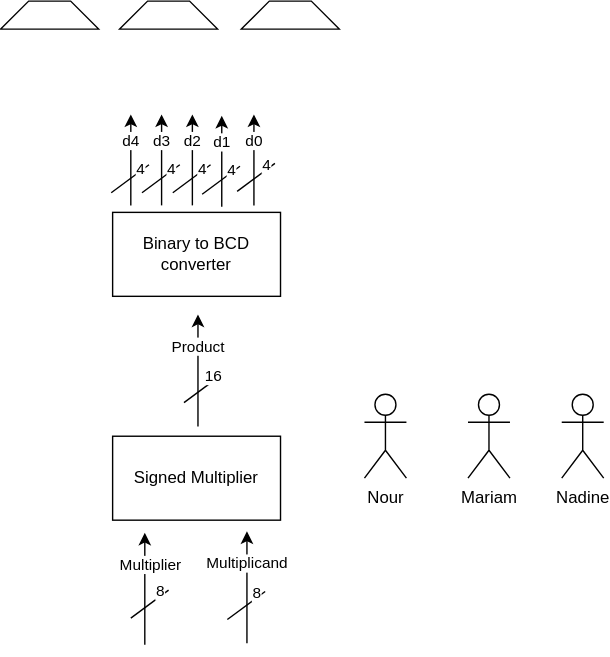
Before: signed-multiplier.drawio.svg, a diagram exported from draw.io (nkasaby/Signed-Multiplier). Source tidied: cells renumbered, new cells last; positions are measured from the earlier drawing's top-left corner, leaving out a move shared by most shapes.
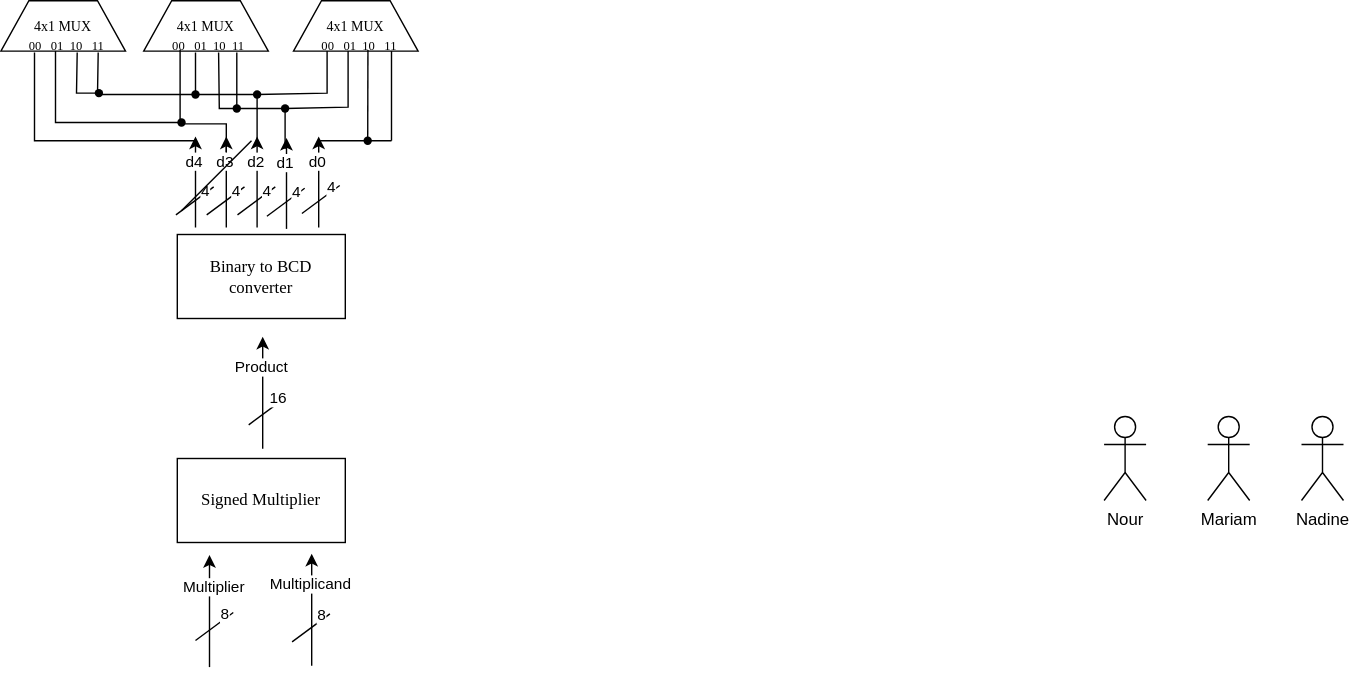
The same diagram one commit later.

Change to the diagram source:
```diff
@@ -2,13 +2,13 @@
   <root>
     <mxCell id="0" />
     <mxCell id="1" parent="0" />
-    <mxCell id="2" value="Signed Multiplier" style="rounded=0;whiteSpace=wrap;html=1;" parent="1" vertex="1">
-      <mxGeometry x="80" y="311" width="120" height="60" as="geometry" />
+    <mxCell id="2" value="&lt;font face=&quot;Times New Roman&quot;&gt;Signed Multiplier&lt;/font&gt;" style="rounded=0;whiteSpace=wrap;html=1;" parent="1" vertex="1">
+      <mxGeometry x="80" y="598" width="120" height="60" as="geometry" />
     </mxCell>
     <mxCell id="3" style="endArrow=classic;html=1;rounded=0;" parent="1" edge="1">
       <mxGeometry relative="1" as="geometry">
-        <mxPoint x="103" y="460" as="sourcePoint" />
-        <mxPoint x="103" y="380" as="targetPoint" />
+        <mxPoint x="103" y="747" as="sourcePoint" />
+        <mxPoint x="103" y="667" as="targetPoint" />
       </mxGeometry>
     </mxCell>
     <mxCell id="4" value="Multiplier" style="edgeLabel;html=1;align=center;verticalAlign=middle;" parent="3" vertex="1">
@@ -16,8 +16,8 @@
     </mxCell>
     <mxCell id="5" style="endArrow=classic;html=1;rounded=0;" parent="1" edge="1">
       <mxGeometry relative="1" as="geometry">
-        <mxPoint x="176" y="459" as="sourcePoint" />
-        <mxPoint x="176" y="379" as="targetPoint" />
+        <mxPoint x="176" y="746" as="sourcePoint" />
+        <mxPoint x="176" y="666" as="targetPoint" />
       </mxGeometry>
     </mxCell>
     <mxCell id="6" value="Multiplicand" style="edgeLabel;html=1;align=center;verticalAlign=middle;" parent="5" vertex="1">
@@ -27,8 +27,8 @@
     </mxCell>
     <mxCell id="7" style="endArrow=none;html=1;rounded=0;" parent="1" edge="1">
       <mxGeometry relative="1" as="geometry">
-        <mxPoint x="93" y="441" as="sourcePoint" />
-        <mxPoint x="120" y="421" as="targetPoint" />
+        <mxPoint x="93" y="728" as="sourcePoint" />
+        <mxPoint x="120" y="708" as="targetPoint" />
       </mxGeometry>
     </mxCell>
     <mxCell id="8" value="8" style="edgeLabel;html=1;align=center;verticalAlign=middle;" parent="7" vertex="1">
@@ -36,8 +36,8 @@
     </mxCell>
     <mxCell id="9" style="endArrow=none;html=1;rounded=0;" parent="1" edge="1">
       <mxGeometry relative="1" as="geometry">
-        <mxPoint x="162" y="442" as="sourcePoint" />
-        <mxPoint x="189" y="422" as="targetPoint" />
+        <mxPoint x="162" y="729" as="sourcePoint" />
+        <mxPoint x="189" y="709" as="targetPoint" />
       </mxGeometry>
     </mxCell>
     <mxCell id="10" value="8" style="edgeLabel;html=1;align=center;verticalAlign=middle;" parent="9" vertex="1">
@@ -45,8 +45,8 @@
     </mxCell>
     <mxCell id="11" style="endArrow=classic;html=1;rounded=0;" parent="1" edge="1">
       <mxGeometry relative="1" as="geometry">
-        <mxPoint x="141" y="304" as="sourcePoint" />
-        <mxPoint x="141" y="224" as="targetPoint" />
+        <mxPoint x="141" y="591" as="sourcePoint" />
+        <mxPoint x="141" y="511" as="targetPoint" />
       </mxGeometry>
     </mxCell>
     <mxCell id="12" value="Product" style="edgeLabel;html=1;align=center;verticalAlign=middle;" parent="11" vertex="1">
@@ -56,20 +56,20 @@
     </mxCell>
     <mxCell id="13" style="endArrow=none;html=1;rounded=0;" parent="1" edge="1">
       <mxGeometry relative="1" as="geometry">
-        <mxPoint x="131" y="287" as="sourcePoint" />
-        <mxPoint x="158" y="267" as="targetPoint" />
+        <mxPoint x="131" y="574" as="sourcePoint" />
+        <mxPoint x="158" y="554" as="targetPoint" />
       </mxGeometry>
     </mxCell>
     <mxCell id="14" value="16" style="edgeLabel;html=1;align=center;verticalAlign=middle;" parent="13" vertex="1">
       <mxGeometry x="0.68" y="3" relative="1" as="geometry" />
     </mxCell>
-    <mxCell id="15" value="Binary to BCD converter" style="rounded=0;whiteSpace=wrap;html=1;" parent="1" vertex="1">
-      <mxGeometry x="80" y="151" width="120" height="60" as="geometry" />
+    <mxCell id="15" value="&lt;font face=&quot;Times New Roman&quot;&gt;Binary to BCD converter&lt;/font&gt;" style="rounded=0;whiteSpace=wrap;html=1;" parent="1" vertex="1">
+      <mxGeometry x="80" y="438" width="120" height="60" as="geometry" />
     </mxCell>
     <mxCell id="16" style="endArrow=classic;html=1;rounded=0;" parent="1" edge="1">
       <mxGeometry relative="1" as="geometry">
-        <mxPoint x="93" y="146" as="sourcePoint" />
-        <mxPoint x="93" y="81" as="targetPoint" />
+        <mxPoint x="93" y="433" as="sourcePoint" />
+        <mxPoint x="93" y="368" as="targetPoint" />
       </mxGeometry>
     </mxCell>
     <mxCell id="17" value="d4" style="edgeLabel;html=1;align=center;verticalAlign=middle;" parent="16" vertex="1">
@@ -79,8 +79,8 @@
     </mxCell>
     <mxCell id="18" style="endArrow=none;html=1;rounded=0;" parent="1" edge="1">
       <mxGeometry relative="1" as="geometry">
-        <mxPoint x="79" y="137" as="sourcePoint" />
-        <mxPoint x="106" y="117" as="targetPoint" />
+        <mxPoint x="79" y="424" as="sourcePoint" />
+        <mxPoint x="106" y="404" as="targetPoint" />
       </mxGeometry>
     </mxCell>
     <mxCell id="19" value="4" style="edgeLabel;html=1;align=center;verticalAlign=middle;" parent="18" vertex="1">
@@ -90,8 +90,8 @@
     </mxCell>
     <mxCell id="20" style="endArrow=classic;html=1;rounded=0;" parent="1" edge="1">
       <mxGeometry relative="1" as="geometry">
-        <mxPoint x="115" y="146" as="sourcePoint" />
-        <mxPoint x="115" y="81" as="targetPoint" />
+        <mxPoint x="115" y="433" as="sourcePoint" />
+        <mxPoint x="115" y="368" as="targetPoint" />
       </mxGeometry>
     </mxCell>
     <mxCell id="21" value="d3" style="edgeLabel;html=1;align=center;verticalAlign=middle;" parent="20" vertex="1">
@@ -101,8 +101,8 @@
     </mxCell>
     <mxCell id="22" style="endArrow=none;html=1;rounded=0;" parent="1" edge="1">
       <mxGeometry relative="1" as="geometry">
-        <mxPoint x="101" y="137" as="sourcePoint" />
-        <mxPoint x="128" y="117" as="targetPoint" />
+        <mxPoint x="101" y="424" as="sourcePoint" />
+        <mxPoint x="128" y="404" as="targetPoint" />
       </mxGeometry>
     </mxCell>
     <mxCell id="23" value="4" style="edgeLabel;html=1;align=center;verticalAlign=middle;" parent="22" vertex="1">
@@ -112,8 +112,8 @@
     </mxCell>
     <mxCell id="24" style="endArrow=classic;html=1;rounded=0;" parent="1" edge="1">
       <mxGeometry relative="1" as="geometry">
-        <mxPoint x="137" y="146" as="sourcePoint" />
-        <mxPoint x="137" y="81" as="targetPoint" />
+        <mxPoint x="137" y="433" as="sourcePoint" />
+        <mxPoint x="137" y="368" as="targetPoint" />
       </mxGeometry>
     </mxCell>
     <mxCell id="25" value="d2" style="edgeLabel;html=1;align=center;verticalAlign=middle;" parent="24" vertex="1">
@@ -123,8 +123,8 @@
     </mxCell>
     <mxCell id="26" style="endArrow=none;html=1;rounded=0;" parent="1" edge="1">
       <mxGeometry relative="1" as="geometry">
-        <mxPoint x="123" y="137" as="sourcePoint" />
-        <mxPoint x="150" y="117" as="targetPoint" />
+        <mxPoint x="123" y="424" as="sourcePoint" />
+        <mxPoint x="150" y="404" as="targetPoint" />
       </mxGeometry>
     </mxCell>
     <mxCell id="27" value="4" style="edgeLabel;html=1;align=center;verticalAlign=middle;" parent="26" vertex="1">
@@ -134,8 +134,8 @@
     </mxCell>
     <mxCell id="28" style="endArrow=classic;html=1;rounded=0;" parent="1" edge="1">
       <mxGeometry relative="1" as="geometry">
-        <mxPoint x="158" y="147" as="sourcePoint" />
-        <mxPoint x="158" y="82" as="targetPoint" />
+        <mxPoint x="158" y="434" as="sourcePoint" />
+        <mxPoint x="158" y="369" as="targetPoint" />
       </mxGeometry>
     </mxCell>
     <mxCell id="29" value="d1" style="edgeLabel;html=1;align=center;verticalAlign=middle;" parent="28" vertex="1">
@@ -145,8 +145,8 @@
     </mxCell>
     <mxCell id="30" style="endArrow=none;html=1;rounded=0;" parent="1" edge="1">
       <mxGeometry relative="1" as="geometry">
-        <mxPoint x="144" y="138" as="sourcePoint" />
-        <mxPoint x="171" y="118" as="targetPoint" />
+        <mxPoint x="144" y="425" as="sourcePoint" />
+        <mxPoint x="171" y="405" as="targetPoint" />
       </mxGeometry>
     </mxCell>
     <mxCell id="31" value="4" style="edgeLabel;html=1;align=center;verticalAlign=middle;" parent="30" vertex="1">
@@ -156,8 +156,8 @@
     </mxCell>
     <mxCell id="32" style="endArrow=classic;html=1;rounded=0;" parent="1" edge="1">
       <mxGeometry relative="1" as="geometry">
-        <mxPoint x="181" y="146" as="sourcePoint" />
-        <mxPoint x="181" y="81" as="targetPoint" />
+        <mxPoint x="181" y="433" as="sourcePoint" />
+        <mxPoint x="181" y="368" as="targetPoint" />
       </mxGeometry>
     </mxCell>
     <mxCell id="33" value="d0" style="edgeLabel;html=1;align=center;verticalAlign=middle;" parent="32" vertex="1">
@@ -167,30 +167,190 @@
     </mxCell>
     <mxCell id="34" style="endArrow=none;html=1;rounded=0;" parent="1" edge="1">
       <mxGeometry relative="1" as="geometry">
-        <mxPoint x="169" y="136" as="sourcePoint" />
-        <mxPoint x="196" y="116" as="targetPoint" />
+        <mxPoint x="169" y="423" as="sourcePoint" />
+        <mxPoint x="196" y="403" as="targetPoint" />
       </mxGeometry>
     </mxCell>
     <mxCell id="35" value="4" style="edgeLabel;html=1;align=center;verticalAlign=middle;" parent="34" vertex="1">
       <mxGeometry x="0.68" y="3" relative="1" as="geometry" />
     </mxCell>
     <mxCell id="36" value="Nour" style="shape=umlActor;verticalLabelPosition=bottom;verticalAlign=top;html=1;" parent="1" vertex="1">
-      <mxGeometry x="260" y="281" width="30" height="60" as="geometry" />
+      <mxGeometry x="742" y="568" width="30" height="60" as="geometry" />
     </mxCell>
     <mxCell id="37" value="Mariam" style="shape=umlActor;verticalLabelPosition=bottom;verticalAlign=top;html=1;" parent="1" vertex="1">
-      <mxGeometry x="334" y="281" width="30" height="60" as="geometry" />
+      <mxGeometry x="816" y="568" width="30" height="60" as="geometry" />
     </mxCell>
     <mxCell id="38" value="Nadine" style="shape=umlActor;verticalLabelPosition=bottom;verticalAlign=top;html=1;" parent="1" vertex="1">
-      <mxGeometry x="401" y="281" width="30" height="60" as="geometry" />
+      <mxGeometry x="883" y="568" width="30" height="60" as="geometry" />
     </mxCell>
-    <mxCell id="39" style="shape=trapezoid;perimeter=trapezoidPerimeter;whiteSpace=wrap;html=1;fixedSize=1;" parent="1" vertex="1">
-      <mxGeometry x="172" width="70" height="20" as="geometry" />
+    <mxCell id="39" value="&lt;font style=&quot;font-size: 10px;&quot; face=&quot;Times New Roman&quot;&gt;4x1 MUX&lt;/font&gt;" style="shape=trapezoid;perimeter=trapezoidPerimeter;whiteSpace=wrap;html=1;fixedSize=1;" parent="1" vertex="1">
+      <mxGeometry x="163" y="271" width="89" height="36" as="geometry" />
     </mxCell>
-    <mxCell id="40" style="shape=trapezoid;perimeter=trapezoidPerimeter;whiteSpace=wrap;html=1;fixedSize=1;" parent="1" vertex="1">
-      <mxGeometry x="85" width="70" height="20" as="geometry" />
-    </mxCell>
-    <mxCell id="41" style="shape=trapezoid;perimeter=trapezoidPerimeter;whiteSpace=wrap;html=1;fixedSize=1;" parent="1" vertex="1">
-      <mxGeometry width="70" height="20" as="geometry" />
-    </mxCell>
+    <mxCell id="42" style="endArrow=none;html=1;rounded=0;" parent="1" edge="1">
+      <mxGeometry relative="1" as="geometry">
+        <mxPoint x="83" y="421" as="sourcePoint" />
+        <mxPoint x="133" y="371" as="targetPoint" />
+      </mxGeometry>
+    </mxCell>
+    <mxCell id="43" style="endArrow=none;html=1;rounded=0;" parent="1" edge="1">
+      <mxGeometry relative="1" as="geometry">
+        <mxPoint x="233" y="371" as="sourcePoint" />
+        <mxPoint x="233" y="307" as="targetPoint" />
+        <Array as="points">
+          <mxPoint x="233" y="351" />
+        </Array>
+      </mxGeometry>
+    </mxCell>
+    <mxCell id="44" style="endArrow=none;html=1;rounded=0;entryX=0.631;entryY=0.911;entryDx=0;entryDy=0;entryPerimeter=0;" parent="1" edge="1">
+      <mxGeometry relative="1" as="geometry">
+        <mxPoint x="216" y="372" as="sourcePoint" />
+        <mxPoint x="216.2" y="306.2" as="targetPoint" />
+      </mxGeometry>
+    </mxCell>
+    <mxCell id="45" style="endArrow=none;html=1;rounded=0;" parent="1" edge="1" source="56">
+      <mxGeometry relative="1" as="geometry">
+        <mxPoint x="202" y="307" as="targetPoint" />
+        <Array as="points">
+          <mxPoint x="157" y="347" />
+          <mxPoint x="202" y="347" />
+          <mxPoint x="202" y="331" />
+        </Array>
+      </mxGeometry>
+    </mxCell>
+    <mxCell id="46" style="endArrow=none;html=1;rounded=0;" parent="1" edge="1" source="62">
+      <mxGeometry relative="1" as="geometry">
+        <mxPoint x="187" y="307" as="targetPoint" />
+        <Array as="points">
+          <mxPoint x="137" y="337" />
+          <mxPoint x="187" y="337" />
+        </Array>
+      </mxGeometry>
+    </mxCell>
+    <mxCell id="47" style="shape=waypoint;sketch=0;fillStyle=solid;size=6;points=[];fillColor=none;perimeter=centerPerimeter;snapToPoint=1;" parent="1" vertex="1">
+      <mxGeometry x="83" y="328" width="20" height="20" as="geometry" />
+    </mxCell>
+    <mxCell id="48" style="endArrow=none;html=1;rounded=0;entryDx=0;entryDy=0;entryPerimeter=0;" parent="1" edge="1" target="49">
+      <mxGeometry relative="1" as="geometry">
+        <mxPoint x="182" y="371" as="sourcePoint" />
+        <Array as="points">
+          <mxPoint x="233" y="371" />
+        </Array>
+      </mxGeometry>
+    </mxCell>
+    <mxCell id="49" style="shape=waypoint;sketch=0;fillStyle=solid;size=6;points=[];fillColor=none;perimeter=centerPerimeter;snapToPoint=1;" parent="1" vertex="1">
+      <mxGeometry x="206" y="361" width="20" height="20" as="geometry" />
+    </mxCell>
+    <mxCell id="50" value="&lt;font style=&quot;font-size: 9px;&quot; face=&quot;Times New Roman&quot;&gt;&amp;nbsp; &amp;nbsp;00&amp;nbsp; &amp;nbsp;01&amp;nbsp; 10&amp;nbsp; &amp;nbsp;11&amp;nbsp;&lt;/font&gt;" style="text;html=1;strokeColor=none;fillColor=none;align=center;verticalAlign=middle;whiteSpace=wrap;rounded=0;" parent="1" vertex="1">
+      <mxGeometry x="172.5" y="290" width="70" height="25" as="geometry" />
+    </mxCell>
+    <mxCell id="51" value="&lt;font style=&quot;font-size: 10px;&quot; face=&quot;Times New Roman&quot;&gt;4x1 MUX&lt;/font&gt;" style="shape=trapezoid;perimeter=trapezoidPerimeter;whiteSpace=wrap;html=1;fixedSize=1;" parent="1" vertex="1">
+      <mxGeometry x="56" y="271" width="89" height="36" as="geometry" />
+    </mxCell>
+    <mxCell id="52" value="&lt;font style=&quot;font-size: 10px;&quot; face=&quot;Times New Roman&quot;&gt;4x1 MUX&lt;/font&gt;" style="shape=trapezoid;perimeter=trapezoidPerimeter;whiteSpace=wrap;html=1;fixedSize=1;" parent="1" vertex="1">
+      <mxGeometry x="-46" y="271" width="89" height="36" as="geometry" />
+    </mxCell>
+    <mxCell id="53" value="&lt;font style=&quot;font-size: 9px;&quot; face=&quot;Times New Roman&quot;&gt;&amp;nbsp; &amp;nbsp; &amp;nbsp;00&amp;nbsp; &amp;nbsp;01&amp;nbsp; 10&amp;nbsp; 11&amp;nbsp;&lt;/font&gt;" style="text;html=1;strokeColor=none;fillColor=none;align=center;verticalAlign=middle;whiteSpace=wrap;rounded=0;" parent="1" vertex="1">
+      <mxGeometry x="62.5" y="290" width="70" height="25" as="geometry" />
+    </mxCell>
+    <mxCell id="54" value="&lt;font style=&quot;font-size: 9px;&quot; face=&quot;Times New Roman&quot;&gt;&amp;nbsp; &amp;nbsp;00&amp;nbsp; &amp;nbsp;01&amp;nbsp; 10&amp;nbsp; &amp;nbsp;11&amp;nbsp;&lt;/font&gt;" style="text;html=1;strokeColor=none;fillColor=none;align=center;verticalAlign=middle;whiteSpace=wrap;rounded=0;" parent="1" vertex="1">
+      <mxGeometry x="-36.5" y="290" width="70" height="25" as="geometry" />
+    </mxCell>
+    <mxCell id="55" style="endArrow=none;html=1;rounded=0;" parent="1" edge="1" target="56">
+      <mxGeometry relative="1" as="geometry">
+        <mxPoint x="157" y="377" as="sourcePoint" />
+      </mxGeometry>
+    </mxCell>
+    <mxCell id="56" style="shape=waypoint;sketch=0;fillStyle=solid;size=6;points=[];fillColor=none;perimeter=centerPerimeter;snapToPoint=1;" parent="1" vertex="1">
+      <mxGeometry x="147" y="338" width="20" height="20" as="geometry" />
+    </mxCell>
+    <mxCell id="57" style="endArrow=none;html=1;rounded=0;exitX=0.244;exitY=0.559;exitDx=0;exitDy=0;exitPerimeter=0;" parent="1" edge="1">
+      <mxGeometry relative="1" as="geometry">
+        <mxPoint x="123.5" y="348" as="sourcePoint" />
+        <mxPoint x="109.5" y="308" as="targetPoint" />
+        <Array as="points">
+          <mxPoint x="110" y="348" />
+        </Array>
+      </mxGeometry>
+    </mxCell>
+    <mxCell id="58" style="endArrow=none;html=1;rounded=0;exitDx=0;exitDy=0;exitPerimeter=0;" parent="1" edge="1" source="60">
+      <mxGeometry relative="1" as="geometry">
+        <mxPoint x="122.5" y="308" as="targetPoint" />
+      </mxGeometry>
+    </mxCell>
+    <mxCell id="59" style="endArrow=none;html=1;rounded=0;exitX=0.173;exitY=0.509;exitDx=0;exitDy=0;exitPerimeter=0;" parent="1" edge="1" source="56" target="60">
+      <mxGeometry relative="1" as="geometry">
+        <Array as="points">
+          <mxPoint x="123" y="348" />
+        </Array>
+      </mxGeometry>
+    </mxCell>
+    <mxCell id="60" style="shape=waypoint;sketch=0;fillStyle=solid;size=6;points=[];fillColor=none;perimeter=centerPerimeter;snapToPoint=1;" parent="1" vertex="1">
+      <mxGeometry x="112.5" y="338" width="20" height="20" as="geometry" />
+    </mxCell>
+    <mxCell id="61" style="endArrow=none;html=1;rounded=0;" parent="1" edge="1" target="62">
+      <mxGeometry relative="1" as="geometry">
+        <mxPoint x="137" y="371" as="sourcePoint" />
+      </mxGeometry>
+    </mxCell>
+    <mxCell id="62" style="shape=waypoint;sketch=0;fillStyle=solid;size=6;points=[];fillColor=none;perimeter=centerPerimeter;snapToPoint=1;" parent="1" vertex="1">
+      <mxGeometry x="127" y="328" width="20" height="20" as="geometry" />
+    </mxCell>
+    <mxCell id="63" style="endArrow=none;html=1;rounded=0;exitX=0.358;exitY=0.071;exitDx=0;exitDy=0;exitPerimeter=0;" parent="1" edge="1" source="62">
+      <mxGeometry relative="1" as="geometry">
+        <mxPoint x="93" y="308" as="targetPoint" />
+        <Array as="points">
+          <mxPoint x="93" y="338" />
+        </Array>
+      </mxGeometry>
+    </mxCell>
+    <mxCell id="64" style="endArrow=none;html=1;rounded=0;" parent="1" edge="1">
+      <mxGeometry relative="1" as="geometry">
+        <mxPoint x="115" y="379" as="sourcePoint" />
+        <mxPoint x="82" y="306" as="targetPoint" />
+        <Array as="points">
+          <mxPoint x="115" y="359" />
+          <mxPoint x="82" y="359" />
+        </Array>
+      </mxGeometry>
+    </mxCell>
+    <mxCell id="65" style="endArrow=none;html=1;rounded=0;exitX=0.286;exitY=0.491;exitDx=0;exitDy=0;exitPerimeter=0;" parent="1" edge="1" source="47">
+      <mxGeometry relative="1" as="geometry">
+        <mxPoint x="23.5" y="308" as="targetPoint" />
+        <Array as="points">
+          <mxPoint x="23" y="338" />
+        </Array>
+      </mxGeometry>
+    </mxCell>
+    <mxCell id="66" style="shape=waypoint;sketch=0;fillStyle=solid;size=6;points=[];fillColor=none;perimeter=centerPerimeter;snapToPoint=1;" parent="1" vertex="1">
+      <mxGeometry x="14" y="327" width="20" height="20" as="geometry" />
+    </mxCell>
+    <mxCell id="67" style="endArrow=none;html=1;rounded=0;" parent="1" edge="1" source="66">
+      <mxGeometry relative="1" as="geometry">
+        <mxPoint x="8.5" y="308" as="targetPoint" />
+        <Array as="points">
+          <mxPoint x="8" y="337" />
+        </Array>
+      </mxGeometry>
+    </mxCell>
+    <mxCell id="68" style="shape=waypoint;sketch=0;fillStyle=solid;size=6;points=[];fillColor=none;perimeter=centerPerimeter;snapToPoint=1;" parent="1" vertex="1">
+      <mxGeometry x="73" y="348" width="20" height="20" as="geometry" />
+    </mxCell>
+    <mxCell id="69" style="endArrow=none;html=1;rounded=0;exitX=0.07;exitY=0.627;exitDx=0;exitDy=0;exitPerimeter=0;" parent="1" edge="1" source="68">
+      <mxGeometry relative="1" as="geometry">
+        <mxPoint x="-7" y="307" as="targetPoint" />
+        <Array as="points">
+          <mxPoint x="-7" y="358" />
+        </Array>
+      </mxGeometry>
+    </mxCell>
+    <mxCell id="70" style="endArrow=none;html=1;rounded=0;" parent="1" edge="1">
+      <mxGeometry relative="1" as="geometry">
+        <mxPoint x="93" y="371" as="sourcePoint" />
+        <mxPoint x="-22" y="308" as="targetPoint" />
+        <Array as="points">
+          <mxPoint x="-22" y="371" />
+        </Array>
+      </mxGeometry>
+    </mxCell>
   </root>
 </mxGraphModel>
```
